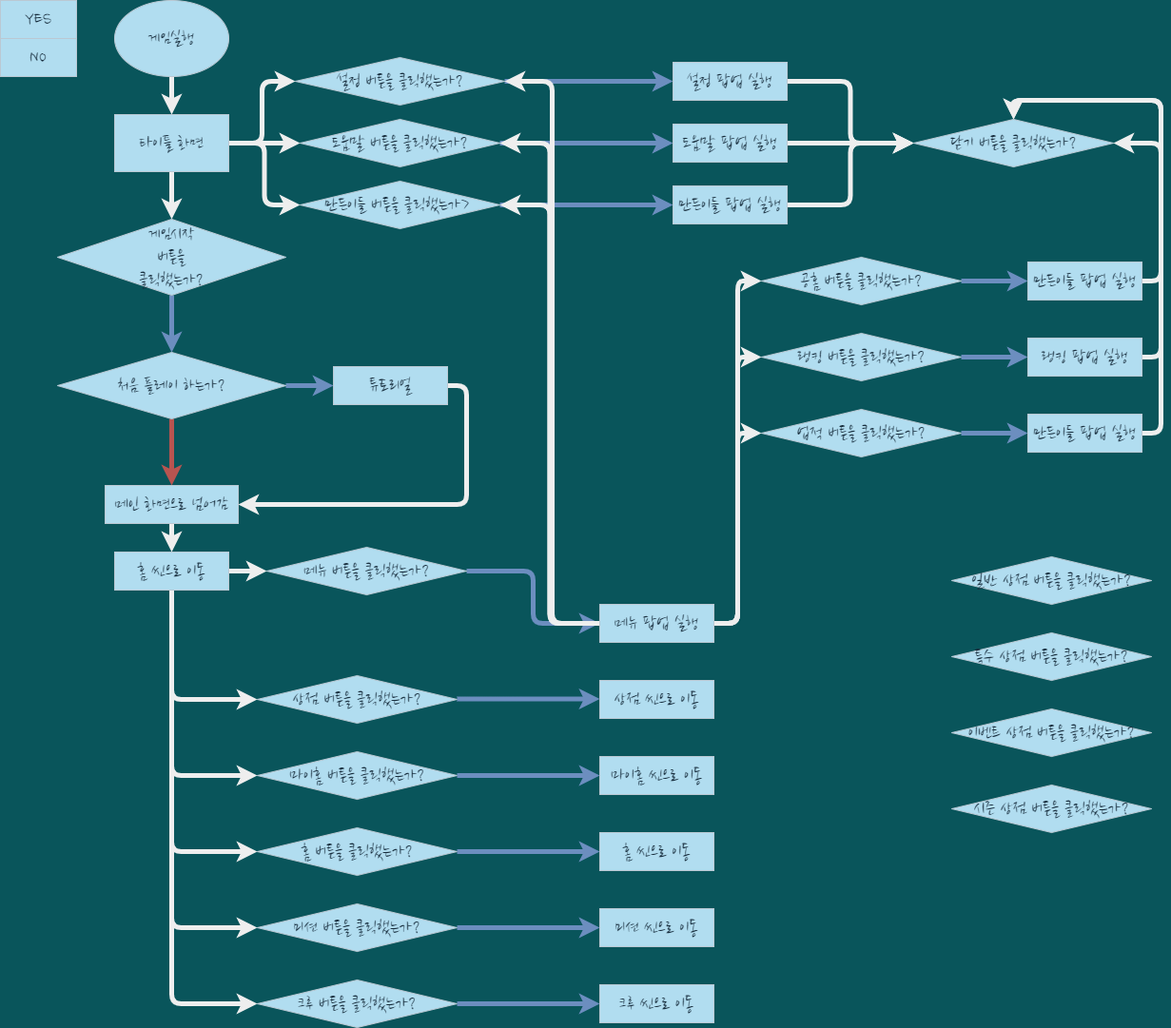
Above: gameplay_flowchat.drawio.png in kinesis19/stac_project_SME (draw.io), before the change. Source tidied: cells renumbered, new cells last; positions are measured from the earlier drawing's top-left corner, leaving out a move shared by most shapes.
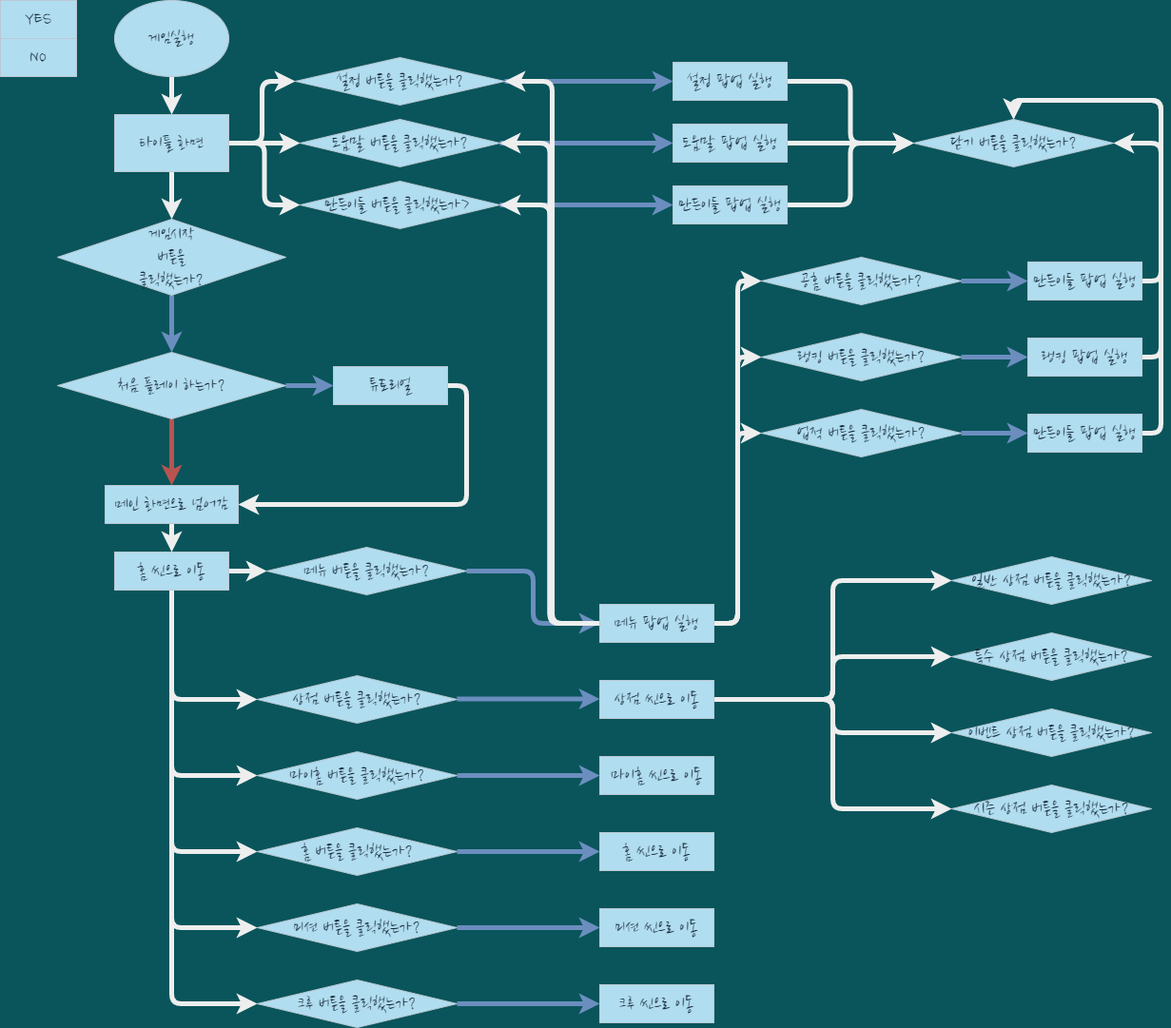
The same file after the commit.

The edit, as a diff of the source:
```diff
@@ -200,6 +200,18 @@
     <mxCell id="65" value="홈 버튼을 클릭했는가?" style="rhombus;whiteSpace=wrap;html=1;rounded=0;sketch=0;fontFamily=Nanum Brush Script;fontSource=https%3A%2F%2Ffonts.googleapis.com%2Fcss%3Ffamily%3DNanum%2BBrush%2BScript;fontSize=20;fillColor=#B1DDF0;strokeColor=#BAC8D3;fontColor=#182E3E;" parent="1" vertex="1">
       <mxGeometry x="270" y="870" width="210" height="50" as="geometry" />
     </mxCell>
+    <mxCell id="80" style="edgeStyle=orthogonalEdgeStyle;curved=0;rounded=1;sketch=0;jettySize=auto;html=1;exitX=1;exitY=0.5;exitDx=0;exitDy=0;entryX=0;entryY=0.5;entryDx=0;entryDy=0;fontColor=#FFFFFF;strokeColor=#EEEEEE;strokeWidth=5;" parent="1" edge="1" source="66" target="76">
+      <mxGeometry relative="1" as="geometry" />
+    </mxCell>
+    <mxCell id="81" style="edgeStyle=orthogonalEdgeStyle;curved=0;rounded=1;sketch=0;jettySize=auto;html=1;exitX=1;exitY=0.5;exitDx=0;exitDy=0;entryX=0;entryY=0.5;entryDx=0;entryDy=0;fontColor=#FFFFFF;strokeColor=#EEEEEE;strokeWidth=5;" parent="1" edge="1" source="66" target="77">
+      <mxGeometry relative="1" as="geometry" />
+    </mxCell>
+    <mxCell id="82" style="edgeStyle=orthogonalEdgeStyle;curved=0;rounded=1;sketch=0;jettySize=auto;html=1;exitX=1;exitY=0.5;exitDx=0;exitDy=0;entryX=0;entryY=0.5;entryDx=0;entryDy=0;fontColor=#FFFFFF;strokeColor=#EEEEEE;strokeWidth=5;" parent="1" edge="1" source="66" target="78">
+      <mxGeometry relative="1" as="geometry" />
+    </mxCell>
+    <mxCell id="83" style="edgeStyle=orthogonalEdgeStyle;curved=0;rounded=1;sketch=0;jettySize=auto;html=1;exitX=1;exitY=0.5;exitDx=0;exitDy=0;entryX=0;entryY=0.5;entryDx=0;entryDy=0;fontColor=#FFFFFF;strokeColor=#EEEEEE;strokeWidth=5;" parent="1" edge="1" source="66" target="79">
+      <mxGeometry relative="1" as="geometry" />
+    </mxCell>
     <mxCell id="66" value="상점 씬으로 이동" style="rounded=0;whiteSpace=wrap;html=1;sketch=0;fontFamily=Nanum Brush Script;fontSource=https%3A%2F%2Ffonts.googleapis.com%2Fcss%3Ffamily%3DNanum%2BBrush%2BScript;fontSize=20;fillColor=#B1DDF0;strokeColor=#BAC8D3;fontColor=#182E3E;" parent="1" vertex="1">
       <mxGeometry x="630" y="715" width="120" height="40" as="geometry" />
     </mxCell>
```
